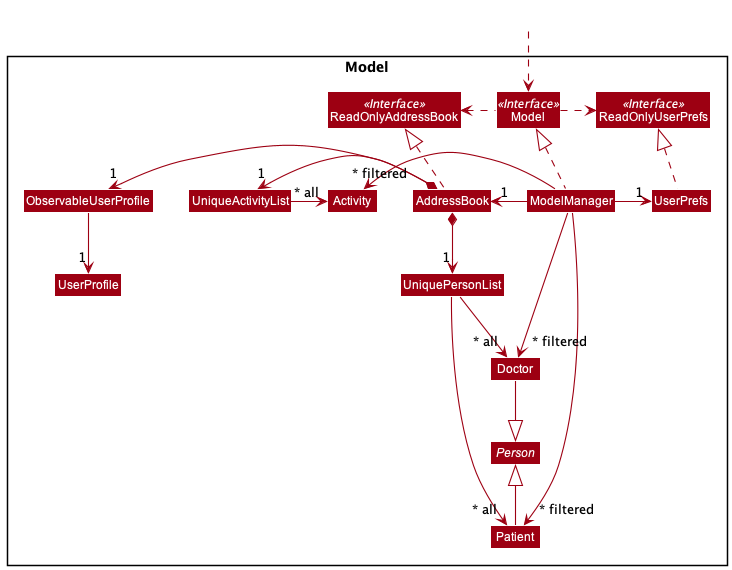
Above: docs/images/ModelClassDiagram.png in simonjulianl/tp (PlantUML), before the change. Source of this version:
```plantuml
@startuml
!include style.puml
skinparam arrowThickness 1.1
skinparam arrowColor MODEL_COLOR
skinparam classBackgroundColor MODEL_COLOR

Package Model <<Rectangle>>{
Abstract Class Person

Interface ReadOnlyAddressBook <<Interface>>
Interface ReadOnlyUserPrefs <<Interface>>
Interface Model <<Interface>>

Class AddressBook
Class ReadOnlyAddressBook
Class Model
Class ModelManager
Class UserPrefs
Class ReadOnlyUserPrefs


Class UniquePersonList
Class UniqueActivityList
Class ObservableUserProfile
Class Activity
Class Patient
Class Doctor
Class UserProfile
}

Class HiddenOutside #FFFFFF
HiddenOutside ..> Model

AddressBook .up.|> ReadOnlyAddressBook

ModelManager .up.|> Model
Model .right.> ReadOnlyUserPrefs
Model .left.> ReadOnlyAddressBook
ModelManager -right-> "1" AddressBook
ModelManager -right-> "1" UserPrefs
UserPrefs .up.|> ReadOnlyUserPrefs

AddressBook *-left-> "1" UniqueActivityList
AddressBook *-left-> "1" ObservableUserProfile
AddressBook *--> "1" UniquePersonList

ObservableUserProfile --> "1" UserProfile

UniquePersonList --> "~* all" Patient
UniquePersonList --> "~* all" Doctor

Patient -up-|> Person
Doctor --|> Person

ModelManager -->"~* filtered" Patient
ModelManager -->"~* filtered" Doctor
ModelManager -left->"~* filtered" Activity

UniqueActivityList -right-> "~* all" Activity
@enduml
```
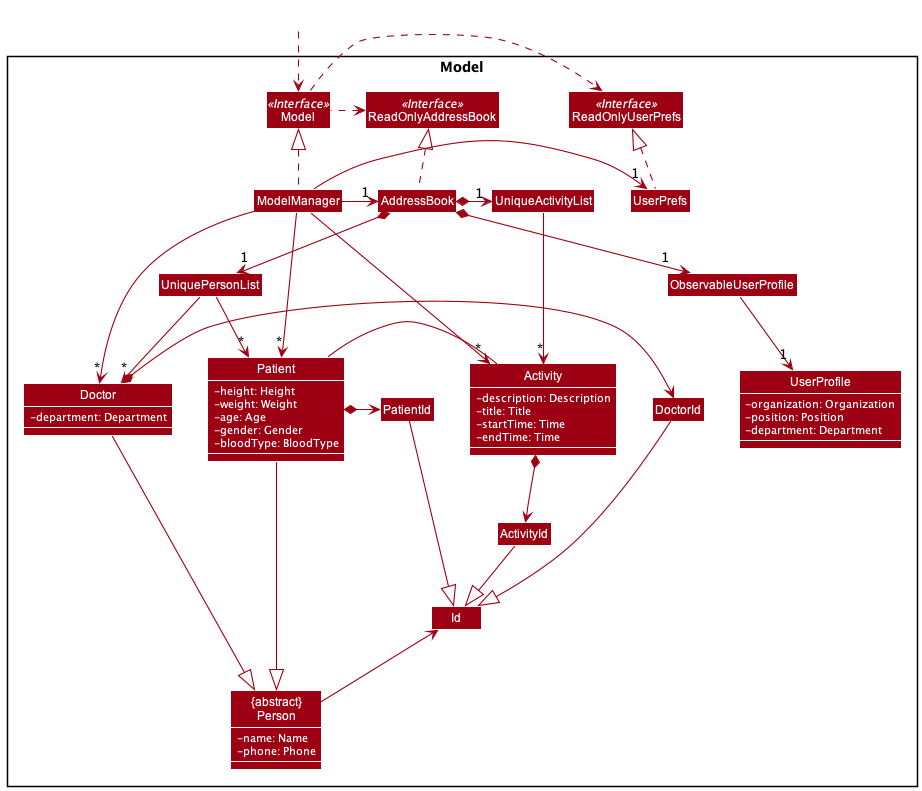
Later version of the same file.

Commit message:
Change image in developer guide

Diff of the diagram source:
```diff
@@ -3,9 +3,15 @@
 skinparam arrowThickness 1.1
 skinparam arrowColor MODEL_COLOR
 skinparam classBackgroundColor MODEL_COLOR
+skinparam ClassAttributeFontColor #FFFFFF
+skinparam classAttributeIconSize 0
 
 Package Model <<Rectangle>>{
-Abstract Class Person
+
+class "{abstract}\nPerson" as Person {
+    -name: Name
+    -phone: Phone
+}
 
 Interface ReadOnlyAddressBook <<Interface>>
 Interface ReadOnlyUserPrefs <<Interface>>
@@ -18,15 +24,44 @@
 Class UserPrefs
 Class ReadOnlyUserPrefs
 
+Class Id
+Class ActivityId
+Class DoctorId
+Class PatientId
 
 Class UniquePersonList
 Class UniqueActivityList
 Class ObservableUserProfile
-Class Activity
-Class Patient
-Class Doctor
-Class UserProfile
+
+Class Activity {
+    -description: Description
+    -title: Title
+    -startTime: Time
+    -endTime: Time
 }
+Class Patient {
+    -height: Height
+    -weight: Weight
+    -age: Age
+    -gender: Gender
+    -bloodType: BloodType
+}
+Class Doctor {
+    -department: Department
+}
+Class UserProfile {
+    -organization: Organization
+    -position: Position
+    -department: Department
+}
+
+}
+
+show Patient members
+show Person members
+show Activity members
+show Doctor members
+show UserProfile members
 
 Class HiddenOutside #FFFFFF
 HiddenOutside ..> Model
@@ -41,20 +76,30 @@
 UserPrefs .up.|> ReadOnlyUserPrefs
 
 AddressBook *-left-> "1" UniqueActivityList
-AddressBook *-left-> "1" ObservableUserProfile
+AddressBook *-down-> "1" ObservableUserProfile
 AddressBook *--> "1" UniquePersonList
 
 ObservableUserProfile --> "1" UserProfile
 
-UniquePersonList --> "~* all" Patient
-UniquePersonList --> "~* all" Doctor
+UniquePersonList --> "*" Patient
+UniquePersonList --> "*" Doctor
 
-Patient -up-|> Person
+Patient -left-|> Person
+Patient *-left-> PatientId
 Doctor --|> Person
+Doctor *-left-> DoctorId
+Activity *--> ActivityId
 
-ModelManager -->"~* filtered" Patient
-ModelManager -->"~* filtered" Doctor
-ModelManager -left->"~* filtered" Activity
+Person -up-> Id
+PatientId --|> Id
+DoctorId --|> Id
+ActivityId --|> Id
 
-UniqueActivityList -right-> "~* all" Activity
+Patient - Activity
+
+ModelManager -->"*" Patient
+ModelManager -->"*" Doctor
+ModelManager -left->"*" Activity
+
+UniqueActivityList -right-> "*" Activity
 @enduml
```
